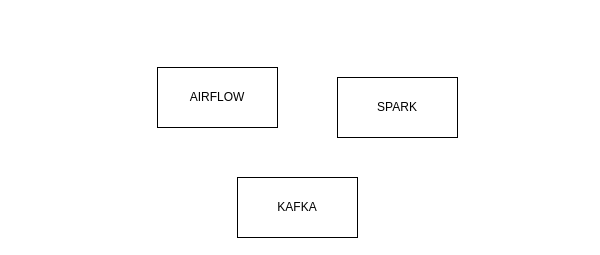
Data-Engineering-Stack/airflow keeps this draw.io diagram as deploy.drawio. Above is the earlier version. Source tidied: cells renumbered, new cells numbered last; positions are measured from the earlier drawing's top-left corner, leaving out a move shared by most shapes. Both pictures are drawn from the tidied source at 100%, with x=0, y=0 at pixel (157, 67).
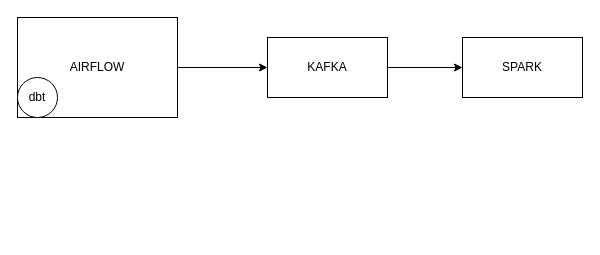
The same diagram, later.

The edit, as a diff of the source:
```diff
@@
 <mxGraphModel>
   <root>
     <mxCell id="0" />
     <mxCell id="1" parent="0" />
+    <mxCell id="5" style="edgeStyle=none;html=1;" parent="1" edge="1" source="2" target="4">
+      <mxGeometry relative="1" as="geometry" />
+    </mxCell>
     <mxCell id="2" value="AIRFLOW" style="rounded=0;whiteSpace=wrap;html=1;" parent="1" vertex="1">
-      <mxGeometry width="120" height="60" as="geometry" />
+      <mxGeometry x="-140" y="-50" width="160" height="100" as="geometry" />
     </mxCell>
     <mxCell id="3" value="SPARK" style="rounded=0;whiteSpace=wrap;html=1;" parent="1" vertex="1">
-      <mxGeometry x="180" y="10" width="120" height="60" as="geometry" />
+      <mxGeometry x="305" y="-30" width="120" height="60" as="geometry" />
     </mxCell>
+    <mxCell id="6" style="edgeStyle=none;html=1;" parent="1" edge="1" source="4" target="3">
+      <mxGeometry relative="1" as="geometry" />
+    </mxCell>
     <mxCell id="4" value="KAFKA" style="rounded=0;whiteSpace=wrap;html=1;" parent="1" vertex="1">
-      <mxGeometry x="80" y="110" width="120" height="60" as="geometry" />
+      <mxGeometry x="110" y="-30" width="120" height="60" as="geometry" />
     </mxCell>
+    <mxCell id="7" value="dbt" style="ellipse;whiteSpace=wrap;html=1;" parent="1" vertex="1">
+      <mxGeometry x="-140" y="10" width="40" height="40" as="geometry" />
+    </mxCell>
   </root>
 </mxGraphModel>
```
